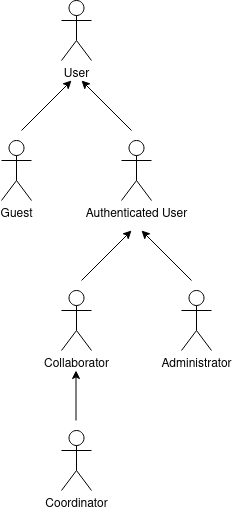
Earlier version of the draw.io export docs/actors_diagram.png (emanuelgestosa/lbaw-tudo). Source tidied: cells renumbered, new cells last; positions are measured from the earlier drawing's top-left corner, leaving out a move shared by most shapes. Its diagram source:
```xml
<mxGraphModel>
  <root>
    <mxCell id="0" />
    <mxCell id="1" parent="0" />
    <mxCell id="2" value="&lt;div&gt;Coordinator&lt;/div&gt;" style="shape=umlActor;verticalLabelPosition=bottom;verticalAlign=top;html=1;" parent="1" vertex="1">
      <mxGeometry x="60" y="430" width="30" height="60" as="geometry" />
    </mxCell>
    <mxCell id="3" value="Guest" style="shape=umlActor;verticalLabelPosition=bottom;verticalAlign=top;html=1;" parent="1" vertex="1">
      <mxGeometry y="140" width="30" height="60" as="geometry" />
    </mxCell>
    <mxCell id="4" value="Authenticated User" style="shape=umlActor;verticalLabelPosition=bottom;verticalAlign=top;html=1;" parent="1" vertex="1">
      <mxGeometry x="120" y="140" width="30" height="60" as="geometry" />
    </mxCell>
    <mxCell id="5" value="&lt;div&gt;User&lt;/div&gt;" style="shape=umlActor;verticalLabelPosition=bottom;verticalAlign=top;html=1;" parent="1" vertex="1">
      <mxGeometry x="60" width="30" height="60" as="geometry" />
    </mxCell>
    <mxCell id="6" style="endArrow=classic;html=1;rounded=0;" parent="1" edge="1">
      <mxGeometry relative="1" as="geometry">
        <mxPoint x="20" y="130" as="sourcePoint" />
        <mxPoint x="70" y="80" as="targetPoint" />
      </mxGeometry>
    </mxCell>
    <mxCell id="7" style="endArrow=classic;html=1;rounded=0;" parent="1" edge="1">
      <mxGeometry relative="1" as="geometry">
        <mxPoint x="130" y="130" as="sourcePoint" />
        <mxPoint x="80" y="80" as="targetPoint" />
      </mxGeometry>
    </mxCell>
    <mxCell id="8" value="&lt;div&gt;Collaborator&lt;/div&gt;" style="shape=umlActor;verticalLabelPosition=bottom;verticalAlign=top;html=1;" parent="1" vertex="1">
      <mxGeometry x="60" y="290" width="30" height="60" as="geometry" />
    </mxCell>
    <mxCell id="9" style="endArrow=classic;html=1;rounded=0;" parent="1" edge="1">
      <mxGeometry relative="1" as="geometry">
        <mxPoint x="74.5" y="420" as="sourcePoint" />
        <mxPoint x="74.5" y="370" as="targetPoint" />
      </mxGeometry>
    </mxCell>
    <mxCell id="10" style="endArrow=classic;html=1;rounded=0;" parent="1" edge="1">
      <mxGeometry relative="1" as="geometry">
        <mxPoint x="80" y="280" as="sourcePoint" />
        <mxPoint x="130" y="230" as="targetPoint" />
      </mxGeometry>
    </mxCell>
    <mxCell id="11" style="endArrow=classic;html=1;rounded=0;" parent="1" edge="1">
      <mxGeometry relative="1" as="geometry">
        <mxPoint x="190" y="280" as="sourcePoint" />
        <mxPoint x="140" y="230" as="targetPoint" />
      </mxGeometry>
    </mxCell>
    <mxCell id="12" value="Administrator" style="shape=umlActor;verticalLabelPosition=bottom;verticalAlign=top;html=1;" parent="1" vertex="1">
      <mxGeometry x="180" y="290" width="30" height="60" as="geometry" />
    </mxCell>
  </root>
</mxGraphModel>
```
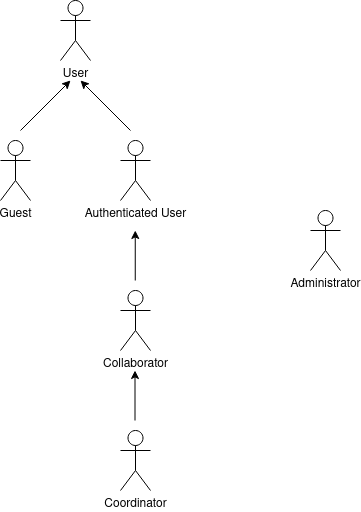
After the commit.

The edit, as a diff of the source:
```diff
@@ -3,7 +3,7 @@
     <mxCell id="0" />
     <mxCell id="1" parent="0" />
     <mxCell id="2" value="&lt;div&gt;Coordinator&lt;/div&gt;" style="shape=umlActor;verticalLabelPosition=bottom;verticalAlign=top;html=1;" parent="1" vertex="1">
-      <mxGeometry x="60" y="430" width="30" height="60" as="geometry" />
+      <mxGeometry x="120" y="430" width="30" height="60" as="geometry" />
     </mxCell>
     <mxCell id="3" value="Guest" style="shape=umlActor;verticalLabelPosition=bottom;verticalAlign=top;html=1;" parent="1" vertex="1">
       <mxGeometry y="140" width="30" height="60" as="geometry" />
@@ -27,28 +27,22 @@
       </mxGeometry>
     </mxCell>
     <mxCell id="8" value="&lt;div&gt;Collaborator&lt;/div&gt;" style="shape=umlActor;verticalLabelPosition=bottom;verticalAlign=top;html=1;" parent="1" vertex="1">
-      <mxGeometry x="60" y="290" width="30" height="60" as="geometry" />
+      <mxGeometry x="120" y="290" width="30" height="60" as="geometry" />
     </mxCell>
     <mxCell id="9" style="endArrow=classic;html=1;rounded=0;" parent="1" edge="1">
       <mxGeometry relative="1" as="geometry">
-        <mxPoint x="74.5" y="420" as="sourcePoint" />
-        <mxPoint x="74.5" y="370" as="targetPoint" />
+        <mxPoint x="134.5" y="420" as="sourcePoint" />
+        <mxPoint x="134.5" y="370" as="targetPoint" />
       </mxGeometry>
     </mxCell>
     <mxCell id="10" style="endArrow=classic;html=1;rounded=0;" parent="1" edge="1">
       <mxGeometry relative="1" as="geometry">
-        <mxPoint x="80" y="280" as="sourcePoint" />
-        <mxPoint x="130" y="230" as="targetPoint" />
+        <mxPoint x="134.8" y="280" as="sourcePoint" />
+        <mxPoint x="134.8" y="230" as="targetPoint" />
       </mxGeometry>
     </mxCell>
-    <mxCell id="11" style="endArrow=classic;html=1;rounded=0;" parent="1" edge="1">
-      <mxGeometry relative="1" as="geometry">
-        <mxPoint x="190" y="280" as="sourcePoint" />
-        <mxPoint x="140" y="230" as="targetPoint" />
-      </mxGeometry>
-    </mxCell>
     <mxCell id="12" value="Administrator" style="shape=umlActor;verticalLabelPosition=bottom;verticalAlign=top;html=1;" parent="1" vertex="1">
-      <mxGeometry x="180" y="290" width="30" height="60" as="geometry" />
+      <mxGeometry x="310" y="210" width="30" height="60" as="geometry" />
     </mxCell>
   </root>
 </mxGraphModel>
```
